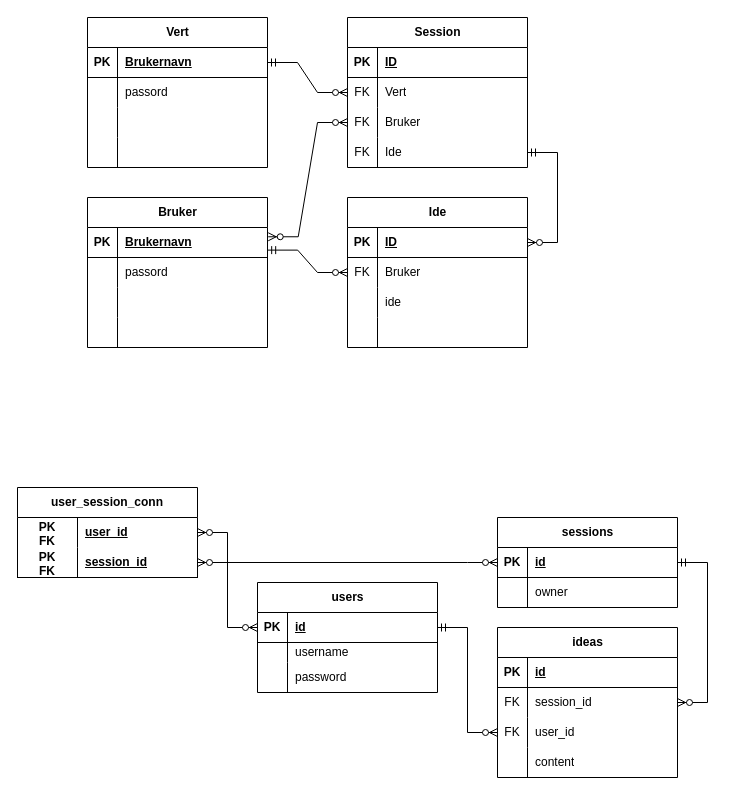
Before: er.drawio in Zandra7/Brainstorming-app, a draw.io diagram. Source tidied: cells renumbered, new cells numbered last; positions are measured from the earlier drawing's top-left corner, leaving out a move shared by most shapes. Both pictures are drawn from the tidied source at 100%, with x=0, y=0 at pixel (17, 17).
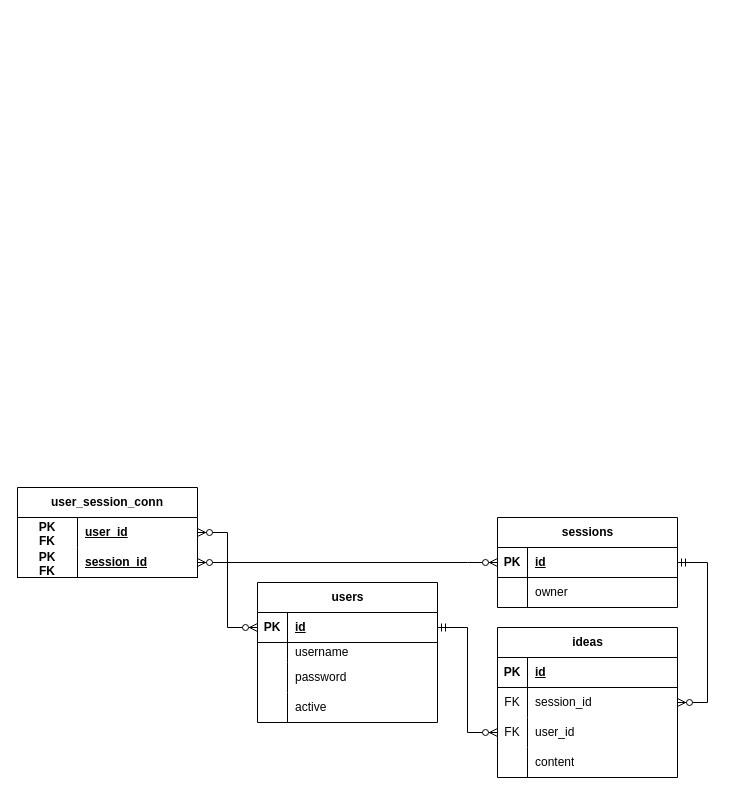
After the change.

What changed in the source:
```diff
@@
-    <mxCell id="2" value="Bruker" style="shape=table;startSize=30;childLayout=tableLayout;rowLines=0;fontStyle=1;align=center;html=1;" parent="1" vertex="1">
-      <mxGeometry x="70" y="180" width="180" height="150" as="geometry" />
-    </mxCell>
-    <mxCell id="3" style="shape=tableRow;horizontal=0;startSize=0;swimlaneHead=0;swimlaneBody=0;fillColor=none;points=[[0,0.5],[1,0.5]];portConstraint=eastwest;top=0;left=0;right=0;bottom=1;" parent="2" vertex="1">
-      <mxGeometry y="30" width="180" height="30" as="geometry" />
-    </mxCell>
-    <mxCell id="4" value="PK" style="shape=partialRectangle;fillColor=none;top=0;left=0;bottom=0;right=0;fontStyle=1;overflow=hidden;whiteSpace=wrap;html=1;" parent="3" vertex="1">
-      <mxGeometry width="30" height="30" as="geometry" />
-    </mxCell>
-    <mxCell id="5" value="Brukernavn" style="shape=partialRectangle;fillColor=none;top=0;left=0;bottom=0;right=0;align=left;spacingLeft=6;fontStyle=5;overflow=hidden;whiteSpace=wrap;html=1;" parent="3" vertex="1">
-      <mxGeometry x="30" width="150" height="30" as="geometry" />
-    </mxCell>
-    <mxCell id="6" style="shape=tableRow;horizontal=0;startSize=0;swimlaneHead=0;swimlaneBody=0;fillColor=none;top=0;left=0;right=0;bottom=0;" parent="2" vertex="1">
-      <mxGeometry y="60" width="180" height="30" as="geometry" />
-    </mxCell>
-    <mxCell id="7" style="shape=partialRectangle;fillColor=none;top=0;left=0;bottom=0;right=0;overflow=hidden;whiteSpace=wrap;html=1;" parent="6" vertex="1">
-      <mxGeometry width="30" height="30" as="geometry" />
-    </mxCell>
-    <mxCell id="8" value="passord" style="shape=partialRectangle;fillColor=none;top=0;left=0;bottom=0;right=0;align=left;spacingLeft=6;overflow=hidden;whiteSpace=wrap;html=1;" parent="6" vertex="1">
-      <mxGeometry x="30" width="150" height="30" as="geometry" />
-    </mxCell>
-    <mxCell id="9" style="shape=tableRow;horizontal=0;startSize=0;swimlaneHead=0;swimlaneBody=0;fillColor=none;top=0;left=0;right=0;bottom=0;" parent="2" vertex="1">
-      <mxGeometry y="90" width="180" height="30" as="geometry" />
-    </mxCell>
-    <mxCell id="10" style="shape=partialRectangle;fillColor=none;top=0;left=0;bottom=0;right=0;overflow=hidden;whiteSpace=wrap;html=1;" parent="9" vertex="1">
-      <mxGeometry width="30" height="30" as="geometry" />
-    </mxCell>
-    <mxCell id="11" value="&lt;br&gt;" style="shape=partialRectangle;fillColor=none;top=0;left=0;bottom=0;right=0;align=left;spacingLeft=6;overflow=hidden;whiteSpace=wrap;html=1;" parent="9" vertex="1">
-      <mxGeometry x="30" width="150" height="30" as="geometry" />
-    </mxCell>
-    <mxCell id="12" style="shape=tableRow;horizontal=0;startSize=0;swimlaneHead=0;swimlaneBody=0;fillColor=none;top=0;left=0;right=0;bottom=0;" parent="2" vertex="1">
-      <mxGeometry y="120" width="180" height="30" as="geometry" />
-    </mxCell>
-    <mxCell id="13" style="shape=partialRectangle;fillColor=none;top=0;left=0;bottom=0;right=0;overflow=hidden;whiteSpace=wrap;html=1;" parent="12" vertex="1">
-      <mxGeometry width="30" height="30" as="geometry" />
-    </mxCell>
-    <mxCell id="14" style="shape=partialRectangle;fillColor=none;top=0;left=0;bottom=0;right=0;align=left;spacingLeft=6;overflow=hidden;whiteSpace=wrap;html=1;" parent="12" vertex="1">
-      <mxGeometry x="30" width="150" height="30" as="geometry" />
-    </mxCell>
-    <mxCell id="15" value="Vert" style="shape=table;startSize=30;childLayout=tableLayout;rowLines=0;fontStyle=1;align=center;html=1;" parent="1" vertex="1">
-      <mxGeometry x="70" width="180" height="150" as="geometry" />
-    </mxCell>
-    <mxCell id="16" style="shape=tableRow;horizontal=0;startSize=0;swimlaneHead=0;swimlaneBody=0;fillColor=none;points=[[0,0.5],[1,0.5]];portConstraint=eastwest;top=0;left=0;right=0;bottom=1;" parent="15" vertex="1">
-      <mxGeometry y="30" width="180" height="30" as="geometry" />
-    </mxCell>
-    <mxCell id="17" value="PK" style="shape=partialRectangle;fillColor=none;top=0;left=0;bottom=0;right=0;fontStyle=1;overflow=hidden;whiteSpace=wrap;html=1;" parent="16" vertex="1">
-      <mxGeometry width="30" height="30" as="geometry" />
-    </mxCell>
-    <mxCell id="18" value="Brukernavn" style="shape=partialRectangle;fillColor=none;top=0;left=0;bottom=0;right=0;align=left;spacingLeft=6;fontStyle=5;overflow=hidden;whiteSpace=wrap;html=1;" parent="16" vertex="1">
-      <mxGeometry x="30" width="150" height="30" as="geometry" />
-    </mxCell>
-    <mxCell id="19" style="shape=tableRow;horizontal=0;startSize=0;swimlaneHead=0;swimlaneBody=0;fillColor=none;top=0;left=0;right=0;bottom=0;" parent="15" vertex="1">
-      <mxGeometry y="60" width="180" height="30" as="geometry" />
-    </mxCell>
-    <mxCell id="20" style="shape=partialRectangle;fillColor=none;top=0;left=0;bottom=0;right=0;overflow=hidden;whiteSpace=wrap;html=1;" parent="19" vertex="1">
-      <mxGeometry width="30" height="30" as="geometry" />
-    </mxCell>
-    <mxCell id="21" value="passord" style="shape=partialRectangle;fillColor=none;top=0;left=0;bottom=0;right=0;align=left;spacingLeft=6;overflow=hidden;whiteSpace=wrap;html=1;" parent="19" vertex="1">
-      <mxGeometry x="30" width="150" height="30" as="geometry" />
-    </mxCell>
-    <mxCell id="22" style="shape=tableRow;horizontal=0;startSize=0;swimlaneHead=0;swimlaneBody=0;fillColor=none;top=0;left=0;right=0;bottom=0;" parent="15" vertex="1">
-      <mxGeometry y="90" width="180" height="30" as="geometry" />
-    </mxCell>
-    <mxCell id="23" style="shape=partialRectangle;fillColor=none;top=0;left=0;bottom=0;right=0;overflow=hidden;whiteSpace=wrap;html=1;" parent="22" vertex="1">
-      <mxGeometry width="30" height="30" as="geometry" />
-    </mxCell>
-    <mxCell id="24" style="shape=partialRectangle;fillColor=none;top=0;left=0;bottom=0;right=0;align=left;spacingLeft=6;overflow=hidden;whiteSpace=wrap;html=1;" parent="22" vertex="1">
-      <mxGeometry x="30" width="150" height="30" as="geometry" />
-    </mxCell>
-    <mxCell id="25" style="shape=tableRow;horizontal=0;startSize=0;swimlaneHead=0;swimlaneBody=0;fillColor=none;top=0;left=0;right=0;bottom=0;" parent="15" vertex="1">
-      <mxGeometry y="120" width="180" height="30" as="geometry" />
-    </mxCell>
-    <mxCell id="26" style="shape=partialRectangle;fillColor=none;top=0;left=0;bottom=0;right=0;overflow=hidden;whiteSpace=wrap;html=1;" parent="25" vertex="1">
-      <mxGeometry width="30" height="30" as="geometry" />
-    </mxCell>
-    <mxCell id="27" style="shape=partialRectangle;fillColor=none;top=0;left=0;bottom=0;right=0;align=left;spacingLeft=6;overflow=hidden;whiteSpace=wrap;html=1;" parent="25" vertex="1">
-      <mxGeometry x="30" width="150" height="30" as="geometry" />
-    </mxCell>
-    <mxCell id="28" value="Session" style="shape=table;startSize=30;childLayout=tableLayout;rowLines=0;fontStyle=1;align=center;html=1;" parent="1" vertex="1">
-      <mxGeometry x="330" width="180" height="150" as="geometry" />
-    </mxCell>
-    <mxCell id="29" style="shape=tableRow;horizontal=0;startSize=0;swimlaneHead=0;swimlaneBody=0;fillColor=none;top=0;left=0;right=0;bottom=1;" parent="28" vertex="1">
-      <mxGeometry y="30" width="180" height="30" as="geometry" />
-    </mxCell>
-    <mxCell id="30" value="PK" style="shape=partialRectangle;fillColor=none;top=0;left=0;bottom=0;right=0;fontStyle=1;overflow=hidden;whiteSpace=wrap;html=1;" parent="29" vertex="1">
-      <mxGeometry width="30" height="30" as="geometry" />
-    </mxCell>
-    <mxCell id="31" value="ID" style="shape=partialRectangle;fillColor=none;top=0;left=0;bottom=0;right=0;align=left;spacingLeft=6;fontStyle=5;overflow=hidden;whiteSpace=wrap;html=1;" parent="29" vertex="1">
-      <mxGeometry x="30" width="150" height="30" as="geometry" />
-    </mxCell>
-    <mxCell id="32" style="shape=tableRow;horizontal=0;startSize=0;swimlaneHead=0;swimlaneBody=0;fillColor=none;points=[[0,0.5],[1,0.5]];portConstraint=eastwest;top=0;left=0;right=0;bottom=0;" parent="28" vertex="1">
-      <mxGeometry y="60" width="180" height="30" as="geometry" />
-    </mxCell>
-    <mxCell id="33" value="FK" style="shape=partialRectangle;fillColor=none;top=0;left=0;bottom=0;right=0;overflow=hidden;whiteSpace=wrap;html=1;" parent="32" vertex="1">
-      <mxGeometry width="30" height="30" as="geometry" />
-    </mxCell>
-    <mxCell id="34" value="Vert" style="shape=partialRectangle;fillColor=none;top=0;left=0;bottom=0;right=0;align=left;spacingLeft=6;overflow=hidden;whiteSpace=wrap;html=1;" parent="32" vertex="1">
-      <mxGeometry x="30" width="150" height="30" as="geometry" />
-    </mxCell>
-    <mxCell id="35" style="shape=tableRow;horizontal=0;startSize=0;swimlaneHead=0;swimlaneBody=0;fillColor=none;points=[[0,0.5],[1,0.5]];portConstraint=eastwest;top=0;left=0;right=0;bottom=0;" parent="28" vertex="1">
-      <mxGeometry y="90" width="180" height="30" as="geometry" />
-    </mxCell>
-    <mxCell id="36" value="FK" style="shape=partialRectangle;fillColor=none;top=0;left=0;bottom=0;right=0;overflow=hidden;whiteSpace=wrap;html=1;" parent="35" vertex="1">
-      <mxGeometry width="30" height="30" as="geometry" />
-    </mxCell>
-    <mxCell id="37" value="Bruker" style="shape=partialRectangle;fillColor=none;top=0;left=0;bottom=0;right=0;align=left;spacingLeft=6;overflow=hidden;whiteSpace=wrap;html=1;" parent="35" vertex="1">
-      <mxGeometry x="30" width="150" height="30" as="geometry" />
-    </mxCell>
-    <mxCell id="38" style="shape=tableRow;horizontal=0;startSize=0;swimlaneHead=0;swimlaneBody=0;fillColor=none;points=[[0,0.5],[1,0.5]];portConstraint=eastwest;top=0;left=0;right=0;bottom=0;" parent="28" vertex="1">
-      <mxGeometry y="120" width="180" height="30" as="geometry" />
-    </mxCell>
-    <mxCell id="39" value="FK" style="shape=partialRectangle;fillColor=none;top=0;left=0;bottom=0;right=0;overflow=hidden;whiteSpace=wrap;html=1;" parent="38" vertex="1">
-      <mxGeometry width="30" height="30" as="geometry" />
-    </mxCell>
-    <mxCell id="40" value="Ide" style="shape=partialRectangle;fillColor=none;top=0;left=0;bottom=0;right=0;align=left;spacingLeft=6;overflow=hidden;whiteSpace=wrap;html=1;" parent="38" vertex="1">
-      <mxGeometry x="30" width="150" height="30" as="geometry" />
-    </mxCell>
-    <mxCell id="41" style="edgeStyle=entityRelationEdgeStyle;fontSize=12;html=1;endArrow=ERzeroToMany;startArrow=ERmandOne;rounded=0;entryX=0;entryY=0.5;entryDx=0;entryDy=0;exitX=1;exitY=0.5;exitDx=0;exitDy=0;" parent="1" edge="1" source="16" target="32">
-      <mxGeometry relative="1" as="geometry">
-        <Array as="points">
-          <mxPoint x="290" y="170" />
-        </Array>
-      </mxGeometry>
-    </mxCell>
-    <mxCell id="42" style="edgeStyle=entityRelationEdgeStyle;fontSize=12;html=1;endArrow=ERzeroToMany;endFill=1;startArrow=ERzeroToMany;rounded=0;entryX=0;entryY=0.5;entryDx=0;entryDy=0;exitX=1.004;exitY=0.309;exitDx=0;exitDy=0;exitPerimeter=0;" parent="1" edge="1" source="3" target="35">
-      <mxGeometry relative="1" as="geometry" />
-    </mxCell>
-    <mxCell id="43" value="Ide" style="shape=table;startSize=30;childLayout=tableLayout;rowLines=0;fontStyle=1;align=center;html=1;" parent="1" vertex="1">
-      <mxGeometry x="330" y="180" width="180" height="150" as="geometry" />
-    </mxCell>
-    <mxCell id="44" style="shape=tableRow;horizontal=0;startSize=0;swimlaneHead=0;swimlaneBody=0;fillColor=none;points=[[0,0.5],[1,0.5]];portConstraint=eastwest;top=0;left=0;right=0;bottom=1;" parent="43" vertex="1">
-      <mxGeometry y="30" width="180" height="30" as="geometry" />
-    </mxCell>
-    <mxCell id="45" value="PK" style="shape=partialRectangle;fillColor=none;top=0;left=0;bottom=0;right=0;fontStyle=1;overflow=hidden;whiteSpace=wrap;html=1;" parent="44" vertex="1">
-      <mxGeometry width="30" height="30" as="geometry" />
-    </mxCell>
-    <mxCell id="46" value="ID" style="shape=partialRectangle;fillColor=none;top=0;left=0;bottom=0;right=0;align=left;spacingLeft=6;fontStyle=5;overflow=hidden;whiteSpace=wrap;html=1;" parent="44" vertex="1">
-      <mxGeometry x="30" width="150" height="30" as="geometry" />
-    </mxCell>
-    <mxCell id="47" style="shape=tableRow;horizontal=0;startSize=0;swimlaneHead=0;swimlaneBody=0;fillColor=none;points=[[0,0.5],[1,0.5]];portConstraint=eastwest;top=0;left=0;right=0;bottom=0;" parent="43" vertex="1">
-      <mxGeometry y="60" width="180" height="30" as="geometry" />
-    </mxCell>
-    <mxCell id="48" value="FK" style="shape=partialRectangle;fillColor=none;top=0;left=0;bottom=0;right=0;overflow=hidden;whiteSpace=wrap;html=1;" parent="47" vertex="1">
-      <mxGeometry width="30" height="30" as="geometry" />
-    </mxCell>
-    <mxCell id="49" value="Bruker" style="shape=partialRectangle;fillColor=none;top=0;left=0;bottom=0;right=0;align=left;spacingLeft=6;overflow=hidden;whiteSpace=wrap;html=1;" parent="47" vertex="1">
-      <mxGeometry x="30" width="150" height="30" as="geometry" />
-    </mxCell>
-    <mxCell id="50" style="shape=tableRow;horizontal=0;startSize=0;swimlaneHead=0;swimlaneBody=0;fillColor=none;top=0;left=0;right=0;bottom=0;" parent="43" vertex="1">
-      <mxGeometry y="90" width="180" height="30" as="geometry" />
-    </mxCell>
-    <mxCell id="51" style="shape=partialRectangle;fillColor=none;top=0;left=0;bottom=0;right=0;overflow=hidden;whiteSpace=wrap;html=1;" parent="50" vertex="1">
-      <mxGeometry width="30" height="30" as="geometry" />
-    </mxCell>
-    <mxCell id="52" value="ide" style="shape=partialRectangle;fillColor=none;top=0;left=0;bottom=0;right=0;align=left;spacingLeft=6;overflow=hidden;whiteSpace=wrap;html=1;" parent="50" vertex="1">
-      <mxGeometry x="30" width="150" height="30" as="geometry" />
-    </mxCell>
-    <mxCell id="53" style="shape=tableRow;horizontal=0;startSize=0;swimlaneHead=0;swimlaneBody=0;fillColor=none;top=0;left=0;right=0;bottom=0;" parent="43" vertex="1">
-      <mxGeometry y="120" width="180" height="30" as="geometry" />
-    </mxCell>
-    <mxCell id="54" style="shape=partialRectangle;fillColor=none;top=0;left=0;bottom=0;right=0;overflow=hidden;whiteSpace=wrap;html=1;" parent="53" vertex="1">
-      <mxGeometry width="30" height="30" as="geometry" />
-    </mxCell>
-    <mxCell id="55" style="shape=partialRectangle;fillColor=none;top=0;left=0;bottom=0;right=0;align=left;spacingLeft=6;overflow=hidden;whiteSpace=wrap;html=1;" parent="53" vertex="1">
-      <mxGeometry x="30" width="150" height="30" as="geometry" />
-    </mxCell>
-    <mxCell id="56" style="edgeStyle=entityRelationEdgeStyle;fontSize=12;html=1;endArrow=ERzeroToMany;startArrow=ERmandOne;rounded=0;entryX=0;entryY=0.5;entryDx=0;entryDy=0;exitX=1.001;exitY=0.754;exitDx=0;exitDy=0;exitPerimeter=0;" parent="1" edge="1" source="3" target="47">
-      <mxGeometry relative="1" as="geometry" />
-    </mxCell>
-    <mxCell id="57" style="edgeStyle=entityRelationEdgeStyle;fontSize=12;html=1;endArrow=ERzeroToMany;startArrow=ERmandOne;rounded=0;entryX=1;entryY=0.5;entryDx=0;entryDy=0;exitX=1;exitY=0.5;exitDx=0;exitDy=0;" parent="1" edge="1" source="38" target="44">
-      <mxGeometry relative="1" as="geometry">
-        <Array as="points">
-          <mxPoint x="550" y="230" />
-          <mxPoint x="620" y="150" />
-        </Array>
-      </mxGeometry>
-    </mxCell>
     <mxCell id="58" value="users" style="shape=table;startSize=30;childLayout=tableLayout;rowLines=0;fontStyle=1;align=center;html=1;" parent="1" vertex="1">
-      <mxGeometry x="240" y="565" width="180" height="110" as="geometry" />
+      <mxGeometry x="240" y="565" width="180" height="140" as="geometry" />
     </mxCell>
@@
+    <mxCell id="99" style="shape=tableRow;horizontal=0;startSize=0;swimlaneHead=0;swimlaneBody=0;fillColor=none;top=0;left=0;right=0;bottom=0;" parent="58" vertex="1">
+      <mxGeometry y="110" width="180" height="30" as="geometry" />
+    </mxCell>
+    <mxCell id="100" style="shape=partialRectangle;fillColor=none;top=0;left=0;bottom=0;right=0;fontStyle=0;overflow=hidden;whiteSpace=wrap;html=1;" parent="99" vertex="1">
+      <mxGeometry width="30" height="30" as="geometry" />
+    </mxCell>
+    <mxCell id="101" value="active" style="shape=partialRectangle;fillColor=none;top=0;left=0;bottom=0;right=0;align=left;spacingLeft=6;fontStyle=0;overflow=hidden;whiteSpace=wrap;html=1;" parent="99" vertex="1">
+      <mxGeometry x="30" width="150" height="30" as="geometry" />
+    </mxCell>
```
